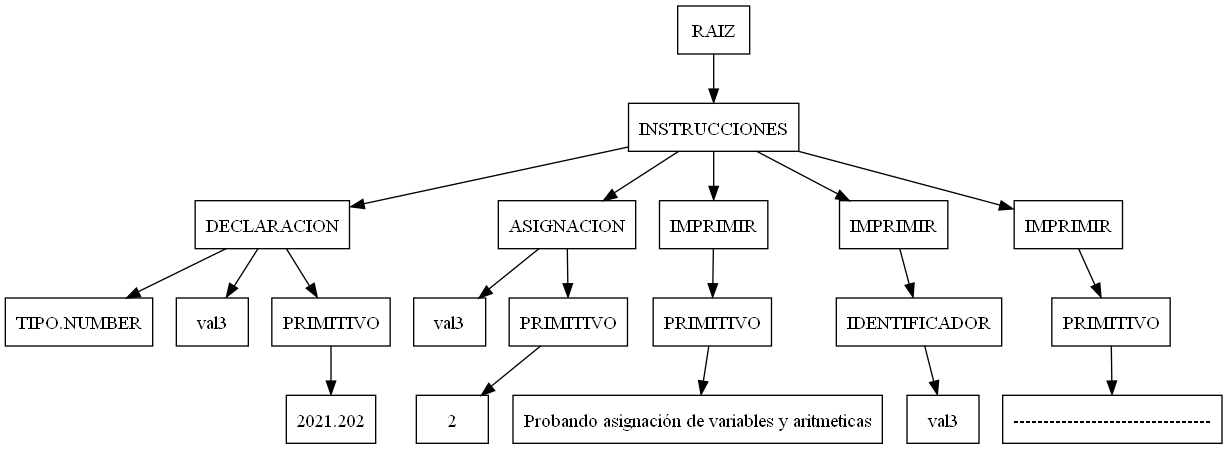
Before: ast.png, a diagram exported from Graphviz (ReynosoTiu/usac_compi2_fase2). Its source is kept beside it as ast.dot.
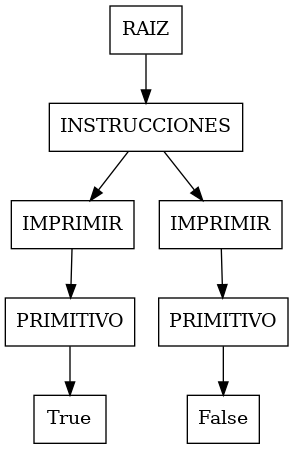
The same diagram one commit later.

The edit, as a diff of the source:
```diff
@@ -4,40 +4,16 @@
 n0[label="RAIZ"];
 n1[label="INSTRUCCIONES"];
 n0->n1;
-n2[label="DECLARACION"];
+n2[label="IMPRIMIR"];
 n1->n2;
-n3[label="TIPO.NUMBER"];
+n3[label="PRIMITIVO"];
 n2->n3;
-n4[label="val3"];
-n2->n4;
-n5[label="PRIMITIVO"];
-n2->n5;
-n6[label="2021.202"];
+n4[label="True"];
+n3->n4;
+n5[label="IMPRIMIR"];
+n1->n5;
+n6[label="PRIMITIVO"];
 n5->n6;
-n7[label="ASIGNACION"];
-n1->n7;
-n8[label="val3"];
-n7->n8;
-n9[label="PRIMITIVO"];
-n7->n9;
-n10[label="2"];
-n9->n10;
-n11[label="IMPRIMIR"];
-n1->n11;
-n12[label="PRIMITIVO"];
-n11->n12;
-n13[label="Probando asignación de variables y aritmeticas"];
-n12->n13;
-n14[label="IMPRIMIR"];
-n1->n14;
-n15[label="IDENTIFICADOR"];
-n14->n15;
-n16[label="val3"];
-n15->n16;
-n17[label="IMPRIMIR"];
-n1->n17;
-n18[label="PRIMITIVO"];
-n17->n18;
-n19[label="---------------------------------"];
-n18->n19;
+n7[label="False"];
+n6->n7;
 }
```
